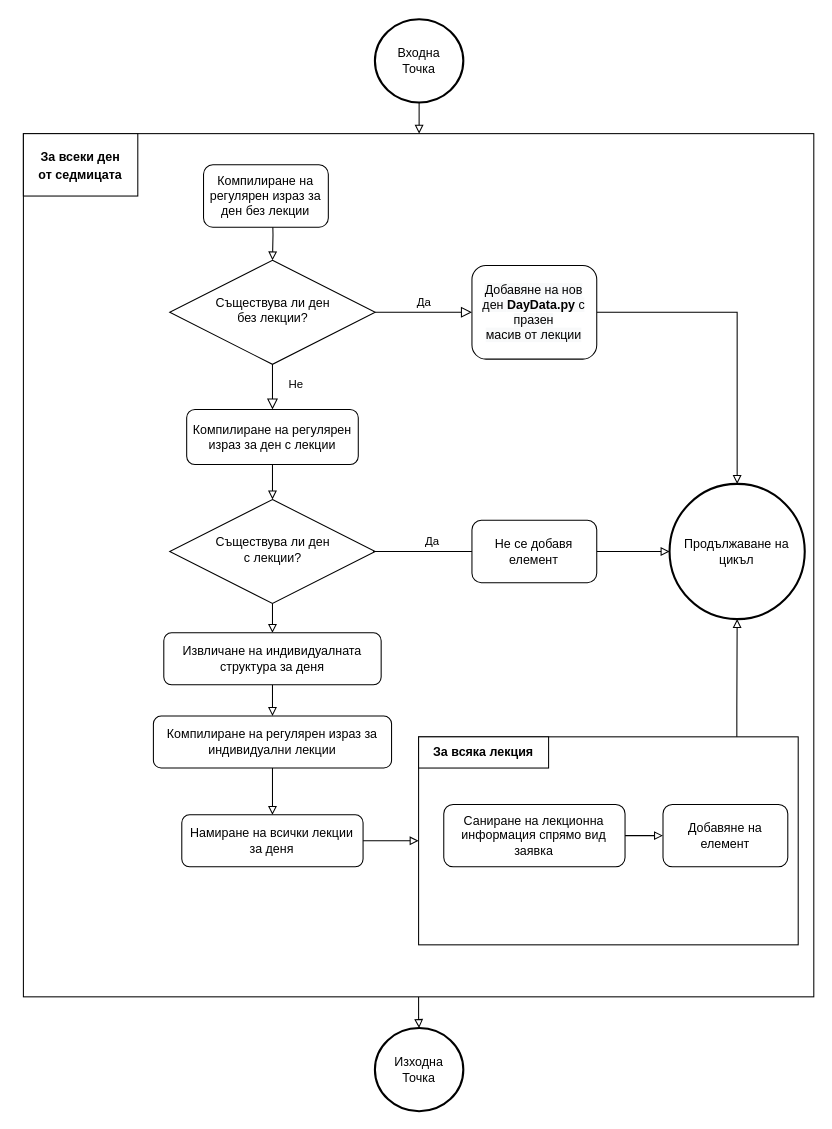
Earlier version of the draw.io diagram page "sanitation" (3 of 5) of docs/Блоксхеми/technical_charts.drawio (nikolaizhnikolov/NVNA-Schedule-Exporter). Source tidied: cells renumbered, new cells numbered last; positions are measured from the earlier drawing's top-left corner, leaving out a move shared by most shapes. Both pictures are drawn from the tidied source at 104%, with x=0, y=0 at pixel (23, 19).
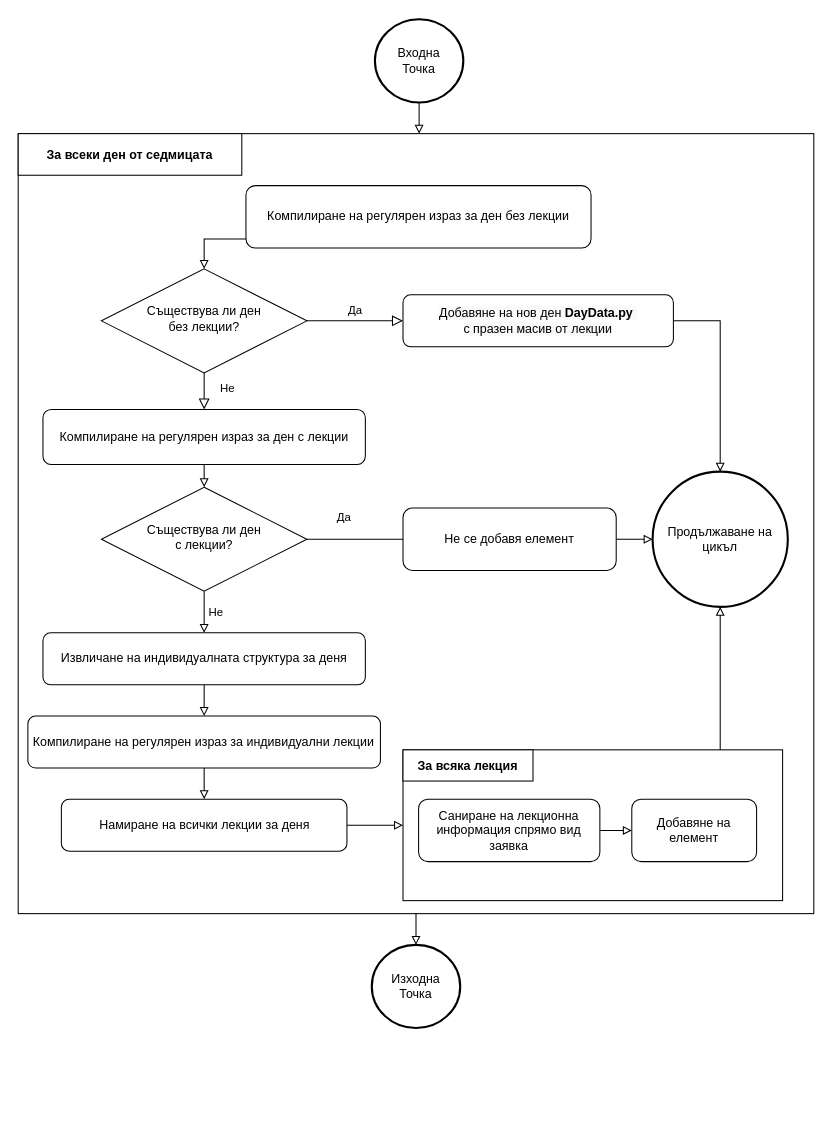
The same page after the edit.

Change to the diagram source:
```diff
@@
     <mxCell id="3" style="rounded=0;whiteSpace=wrap;html=1;fontSize=14;" parent="1" vertex="1">
-      <mxGeometry y="110" width="760" height="830" as="geometry" />
+      <mxGeometry x="-5" y="110" width="765" height="750" as="geometry" />
     </mxCell>
     <mxCell id="4" style="rounded=0;whiteSpace=wrap;html=1;strokeWidth=1;fillColor=default;" parent="1" vertex="1">
-      <mxGeometry x="380" y="690" width="365" height="200" as="geometry" />
+      <mxGeometry x="365" y="702.5" width="365" height="145" as="geometry" />
     </mxCell>
-    <mxCell id="5" value="&lt;span style=&quot;font-size: 12px&quot;&gt;&lt;b&gt;За всеки ден&lt;br&gt;от седмицата&lt;/b&gt;&lt;/span&gt;" style="rounded=0;whiteSpace=wrap;html=1;fontSize=14;" parent="1" vertex="1">
-      <mxGeometry y="110" width="110" height="60" as="geometry" />
+    <mxCell id="5" value="&lt;span style=&quot;font-size: 12px&quot;&gt;&lt;b&gt;За всеки ден от седмицата&lt;/b&gt;&lt;/span&gt;" style="rounded=0;whiteSpace=wrap;html=1;fontSize=14;" parent="1" vertex="1">
+      <mxGeometry x="-5" y="110" width="215" height="40" as="geometry" />
     </mxCell>
@@
     <mxCell id="7" value="Компилиране на регулярен израз за ден с лекции" style="rounded=1;whiteSpace=wrap;html=1;fontSize=12;glass=0;strokeWidth=1;shadow=0;" parent="1" vertex="1">
-      <mxGeometry x="157" y="375.2" width="165" height="53" as="geometry" />
+      <mxGeometry x="18.8" y="375.2" width="310" height="53" as="geometry" />
     </mxCell>
     <mxCell id="8" value="Съществува ли ден &lt;br&gt;без лекции?" style="rhombus;whiteSpace=wrap;html=1;shadow=0;fontFamily=Helvetica;fontSize=12;align=center;strokeWidth=1;spacing=6;spacingTop=-4;" parent="1" vertex="1">
-      <mxGeometry x="140.7" y="231.8" width="197.6" height="100" as="geometry" />
+      <mxGeometry x="75" y="240" width="197.6" height="100" as="geometry" />
     </mxCell>
@@
     <mxCell id="13" value="Изходна&lt;br&gt;Точка" style="strokeWidth=2;html=1;shape=mxgraph.flowchart.start_2;whiteSpace=wrap;" parent="1" vertex="1">
-      <mxGeometry x="338" y="970" width="85" height="80" as="geometry" />
+      <mxGeometry x="335" y="890" width="85" height="80" as="geometry" />
     </mxCell>
@@
     <mxCell id="15" value="Компилиране на регулярен израз за ден без лекции" style="rounded=1;whiteSpace=wrap;html=1;strokeWidth=1;fillColor=default;" parent="1" vertex="1">
-      <mxGeometry x="173.2" y="140" width="120" height="60" as="geometry" />
+      <mxGeometry x="214" y="160" width="331.8" height="60" as="geometry" />
     </mxCell>
-    <mxCell id="16" style="edgeStyle=orthogonalEdgeStyle;rounded=0;jettySize=auto;html=1;endArrow=block;endFill=0;" parent="1" edge="1" source="17" target="29">
-      <mxGeometry relative="1" as="geometry" />
+    <mxCell id="16" value="Не" style="edgeStyle=orthogonalEdgeStyle;rounded=0;jettySize=auto;html=1;endArrow=block;endFill=0;" parent="1" edge="1" source="17" target="29">
+      <mxGeometry y="11" relative="1" as="geometry" />
     </mxCell>
     <mxCell id="17" value="Съществува ли ден &lt;br&gt;с лекции?" style="rhombus;whiteSpace=wrap;html=1;shadow=0;fontFamily=Helvetica;fontSize=12;align=center;strokeWidth=1;spacing=6;spacingTop=-4;" parent="1" vertex="1">
-      <mxGeometry x="140.7" y="461.8" width="197.6" height="100" as="geometry" />
+      <mxGeometry x="75" y="450" width="197.6" height="100" as="geometry" />
     </mxCell>
     <mxCell id="18" value="Продължаване на цикъл" style="ellipse;whiteSpace=wrap;html=1;rounded=0;strokeWidth=2;fillColor=default;" parent="1" vertex="1">
-      <mxGeometry x="621.3" y="446.8" width="130" height="130" as="geometry" />
+      <mxGeometry x="605" y="435" width="130" height="130" as="geometry" />
     </mxCell>
     <mxCell id="19" style="edgeStyle=orthogonalEdgeStyle;rounded=0;jettySize=auto;html=1;endArrow=block;endFill=0;" parent="1" edge="1" source="20" target="18">
-      <mxGeometry relative="1" as="geometry" />
+      <mxGeometry relative="1" as="geometry">
+        <Array as="points">
+          <mxPoint x="670" y="290" />
+        </Array>
+      </mxGeometry>
     </mxCell>
-    <mxCell id="20" value="&lt;span style=&quot;color: rgb(0 , 0 , 0) ; font-size: 12px ; font-style: normal ; font-weight: 400 ; letter-spacing: normal ; text-align: center ; text-indent: 0px ; text-transform: none ; word-spacing: 0px ; font-family: &amp;#34;helvetica&amp;#34; ; background-color: rgb(248 , 249 , 250) ; display: inline ; float: none&quot;&gt;Добавяне на нов ден&lt;span&gt;&amp;nbsp;&lt;/span&gt;&lt;/span&gt;&lt;b style=&quot;color: rgb(0 , 0 , 0) ; font-size: 12px ; font-style: normal ; letter-spacing: normal ; text-align: center ; text-indent: 0px ; text-transform: none ; word-spacing: 0px ; font-family: &amp;#34;helvetica&amp;#34; ; background-color: rgb(248 , 249 , 250)&quot;&gt;DayData.py&amp;nbsp;&lt;/b&gt;&lt;span style=&quot;color: rgb(0 , 0 , 0) ; font-size: 12px ; font-style: normal ; font-weight: 400 ; letter-spacing: normal ; text-align: center ; text-indent: 0px ; text-transform: none ; word-spacing: 0px ; font-family: &amp;#34;helvetica&amp;#34; ; background-color: rgb(248 , 249 , 250) ; display: inline ; float: none&quot;&gt;с празен&lt;/span&gt;&lt;br style=&quot;color: rgb(0 , 0 , 0) ; font-size: 12px ; font-style: normal ; font-weight: 400 ; letter-spacing: normal ; text-align: center ; text-indent: 0px ; text-transform: none ; word-spacing: 0px ; font-family: &amp;#34;helvetica&amp;#34; ; background-color: rgb(248 , 249 , 250)&quot;&gt;&lt;span style=&quot;color: rgb(0 , 0 , 0) ; font-size: 12px ; font-style: normal ; font-weight: 400 ; letter-spacing: normal ; text-align: center ; text-indent: 0px ; text-transform: none ; word-spacing: 0px ; font-family: &amp;#34;helvetica&amp;#34; ; background-color: rgb(248 , 249 , 250) ; display: inline ; float: none&quot;&gt;масив от лекции&lt;/span&gt;" style="rounded=1;whiteSpace=wrap;html=1;strokeWidth=1;fillColor=default;" parent="1" vertex="1">
-      <mxGeometry x="431.3" y="236.8" width="120" height="90" as="geometry" />
+    <mxCell id="20" value="&lt;span style=&quot;color: rgb(0 , 0 , 0) ; font-size: 12px ; font-style: normal ; font-weight: 400 ; letter-spacing: normal ; text-align: center ; text-indent: 0px ; text-transform: none ; word-spacing: 0px ; font-family: &amp;#34;helvetica&amp;#34; ; background-color: rgb(248 , 249 , 250) ; display: inline ; float: none&quot;&gt;Добавяне на нов ден&lt;span&gt;&amp;nbsp;&lt;/span&gt;&lt;/span&gt;&lt;b style=&quot;color: rgb(0 , 0 , 0) ; font-size: 12px ; font-style: normal ; letter-spacing: normal ; text-align: center ; text-indent: 0px ; text-transform: none ; word-spacing: 0px ; font-family: &amp;#34;helvetica&amp;#34; ; background-color: rgb(248 , 249 , 250)&quot;&gt;DayData.py&amp;nbsp;&lt;br&gt;&lt;/b&gt;&lt;span style=&quot;color: rgb(0 , 0 , 0) ; font-size: 12px ; font-style: normal ; font-weight: 400 ; letter-spacing: normal ; text-align: center ; text-indent: 0px ; text-transform: none ; word-spacing: 0px ; font-family: &amp;#34;helvetica&amp;#34; ; background-color: rgb(248 , 249 , 250) ; display: inline ; float: none&quot;&gt;с празен&amp;nbsp;&lt;/span&gt;&lt;span style=&quot;color: rgb(0 , 0 , 0) ; font-size: 12px ; font-style: normal ; font-weight: 400 ; letter-spacing: normal ; text-align: center ; text-indent: 0px ; text-transform: none ; word-spacing: 0px ; font-family: &amp;#34;helvetica&amp;#34; ; background-color: rgb(248 , 249 , 250) ; display: inline ; float: none&quot;&gt;масив от лекции&lt;/span&gt;" style="rounded=1;whiteSpace=wrap;html=1;strokeWidth=1;fillColor=default;" parent="1" vertex="1">
+      <mxGeometry x="365" y="265" width="260" height="50" as="geometry" />
     </mxCell>
-    <mxCell id="21" value="Да" style="edgeStyle=orthogonalEdgeStyle;rounded=0;html=1;jettySize=auto;orthogonalLoop=1;fontSize=11;endArrow=block;endFill=0;endSize=8;strokeWidth=1;shadow=0;labelBackgroundColor=none;" parent="1" edge="1">
-      <mxGeometry y="10" relative="1" as="geometry">
-        <mxPoint x="336.3" y="511.8" as="sourcePoint" />
-        <mxPoint x="450.5" y="511.8" as="targetPoint" />
-        <Array as="points">
-          <mxPoint x="380.1" y="511.8" />
-          <mxPoint x="380.1" y="511.8" />
-        </Array>
-      </mxGeometry>
-    </mxCell>
@@
-    <mxCell id="23" value="&lt;font face=&quot;helvetica&quot;&gt;Не се добавя елемент&lt;/font&gt;" style="rounded=1;whiteSpace=wrap;html=1;strokeWidth=1;fillColor=default;" parent="1" vertex="1">
-      <mxGeometry x="431.3" y="481.8" width="120" height="60" as="geometry" />
-    </mxCell>
@@
     <mxCell id="25" value="Компилиране на регулярен израз за индивидуални лекции" style="rounded=1;whiteSpace=wrap;html=1;fontSize=12;glass=0;strokeWidth=1;shadow=0;" parent="1" vertex="1">
-      <mxGeometry x="125" y="670" width="229" height="50" as="geometry" />
+      <mxGeometry x="4.3" y="670" width="339" height="50" as="geometry" />
     </mxCell>
@@
     <mxCell id="27" value="Намиране на всички лекции за деня" style="rounded=1;whiteSpace=wrap;html=1;fontSize=12;glass=0;strokeWidth=1;shadow=0;" parent="1" vertex="1">
-      <mxGeometry x="152.3" y="765" width="174.3" height="50" as="geometry" />
+      <mxGeometry x="36.5" y="750" width="274.6" height="50" as="geometry" />
     </mxCell>
@@
     <mxCell id="29" value="Извличане на индивидуалната структура за деня" style="rounded=1;whiteSpace=wrap;html=1;fontSize=12;glass=0;strokeWidth=1;shadow=0;" parent="1" vertex="1">
-      <mxGeometry x="135" y="590" width="209" height="50" as="geometry" />
+      <mxGeometry x="18.8" y="590" width="310" height="50" as="geometry" />
     </mxCell>
@@
     <mxCell id="31" value="Саниране на лекционна информация спрямо вид заявка" style="rounded=1;whiteSpace=wrap;html=1;fontSize=12;glass=0;strokeWidth=1;shadow=0;" parent="1" vertex="1">
-      <mxGeometry x="404.2" y="755" width="174.3" height="60" as="geometry" />
+      <mxGeometry x="380" y="750" width="174.3" height="60" as="geometry" />
     </mxCell>
     <mxCell id="32" style="edgeStyle=orthogonalEdgeStyle;rounded=0;jumpSize=6;jettySize=auto;html=1;endArrow=block;endFill=0;" parent="1" edge="1" source="4" target="18">
       <mxGeometry relative="1" as="geometry">
         <Array as="points">
-          <mxPoint x="686" y="660" />
-          <mxPoint x="686" y="660" />
+          <mxPoint x="670" y="640" />
+          <mxPoint x="670" y="640" />
         </Array>
       </mxGeometry>
     </mxCell>
     <mxCell id="33" value="&lt;font face=&quot;helvetica&quot;&gt;Добавяне на елемент&lt;/font&gt;" style="rounded=1;whiteSpace=wrap;html=1;strokeWidth=1;fillColor=default;" parent="1" vertex="1">
-      <mxGeometry x="615" y="755" width="120" height="60" as="geometry" />
+      <mxGeometry x="585" y="750" width="120" height="60" as="geometry" />
     </mxCell>
     <mxCell id="34" value="За всяка лекция" style="rounded=0;whiteSpace=wrap;html=1;strokeWidth=1;fillColor=default;fontStyle=1;" parent="1" vertex="1">
-      <mxGeometry x="380" y="690" width="125" height="30" as="geometry" />
+      <mxGeometry x="365" y="702.5" width="125" height="30" as="geometry" />
     </mxCell>
+    <mxCell id="23" value="&lt;font face=&quot;helvetica&quot;&gt;Не се добавя елемент&lt;/font&gt;" style="rounded=1;whiteSpace=wrap;html=1;strokeWidth=1;fillColor=default;" parent="1" vertex="1">
+      <mxGeometry x="365" y="470" width="205" height="60" as="geometry" />
+    </mxCell>
+    <mxCell id="35" style="edgeStyle=orthogonalEdgeStyle;rounded=0;html=1;jettySize=auto;fontSize=11;endArrow=none;endFill=0;endSize=8;strokeWidth=1;shadow=0;labelBackgroundColor=none;" parent="1" edge="1" source="17" target="23">
+      <mxGeometry y="10" relative="1" as="geometry" />
+    </mxCell>
+    <mxCell id="21" value="Да" style="edgeLabel;html=1;align=center;verticalAlign=middle;" parent="35" vertex="1">
+      <mxGeometry x="-0.25" y="-2" relative="1" as="geometry">
+        <mxPoint y="-24" as="offset" />
+      </mxGeometry>
+    </mxCell>
```
